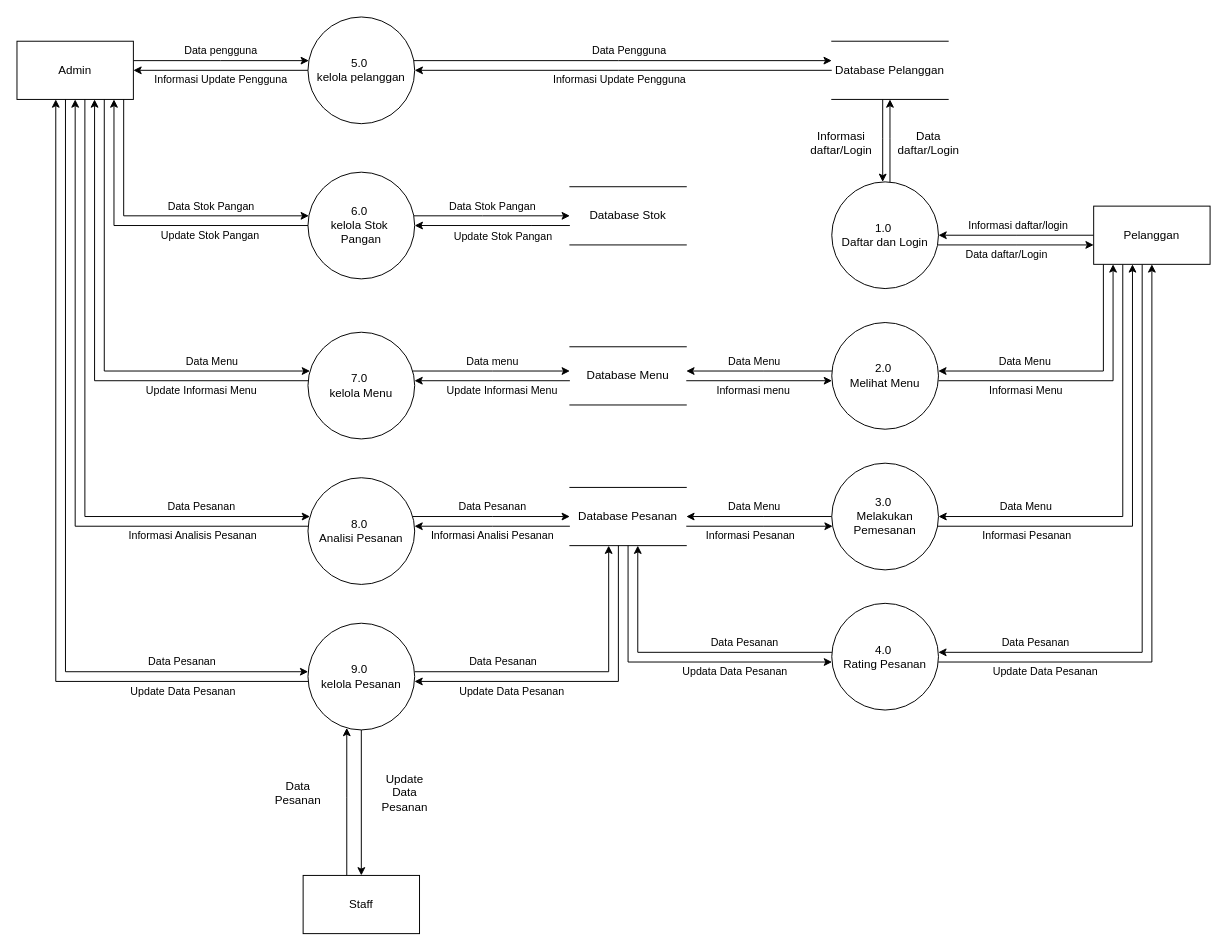
The draw.io diagram page "Halaman-2" (2 of 2) of UAS RKDS.drawio in ubptr/porject-01, before the edit. Source tidied: cells renumbered, new cells numbered last; positions are measured from the earlier drawing's top-left corner, leaving out a move shared by most shapes. Both pictures are drawn from the tidied source at 97%, with x=0, y=0 at pixel (16, 16).
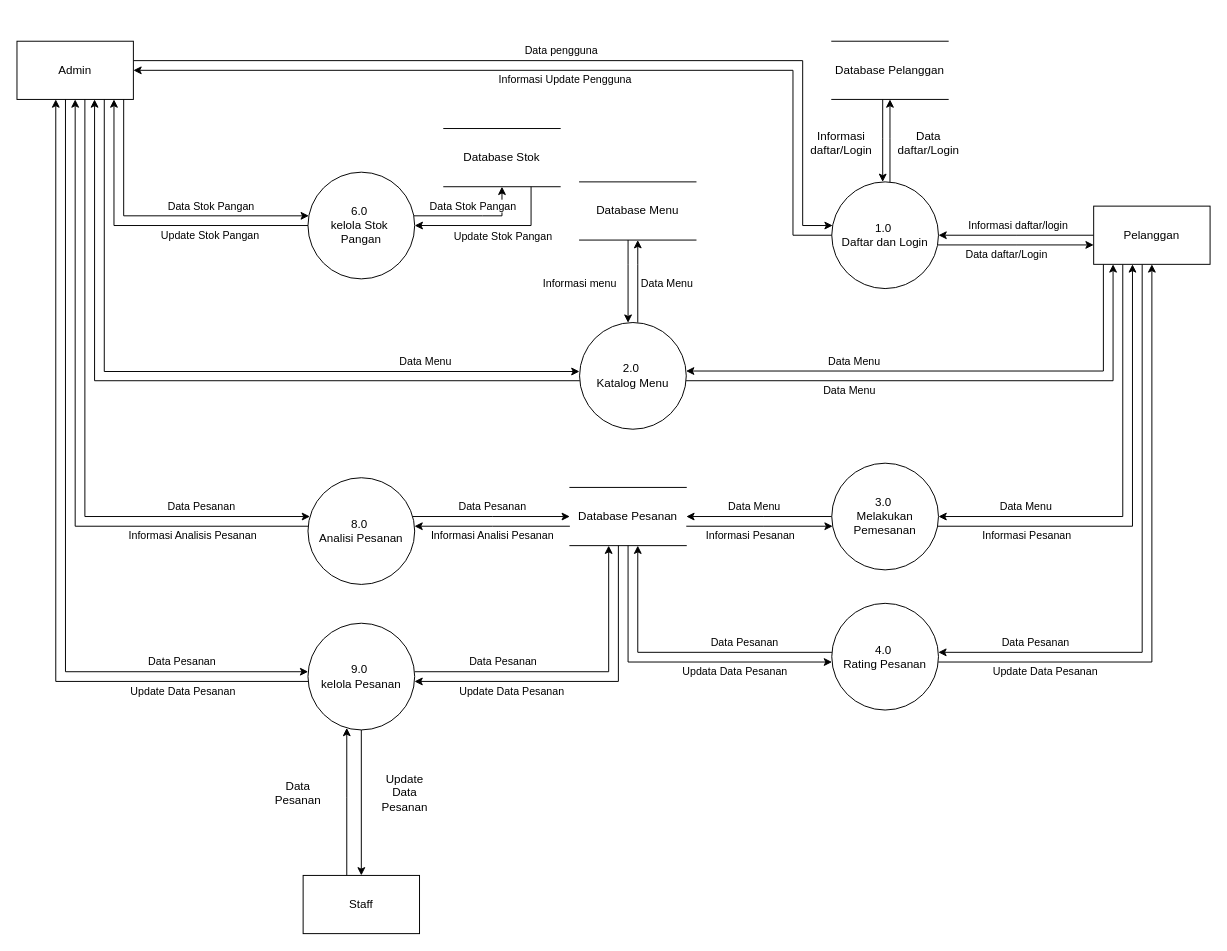
After the change.

Unchanged cells that the change refers to:
```xml
<mxCell id="6" value="Pelanggan" style="rounded=0;whiteSpace=wrap;html=1;" parent="1" vertex="1">
  <mxGeometry x="1110" y="195" width="120" height="60" as="geometry" />
</mxCell>
<mxCell id="8" value="Admin" style="rounded=0;whiteSpace=wrap;html=1;" parent="1" vertex="1">
  <mxGeometry y="25" width="120" height="60" as="geometry" />
</mxCell>
<mxCell id="13" value="1.0&amp;nbsp;&lt;div&gt;Daftar dan Login&lt;/div&gt;" style="ellipse;whiteSpace=wrap;html=1;" parent="1" vertex="1">
  <mxGeometry x="840" y="170" width="110" height="110" as="geometry" />
</mxCell>
<mxCell id="16" value="Database Pelanggan" style="shape=partialRectangle;whiteSpace=wrap;html=1;left=0;right=0;fillColor=none;" parent="1" vertex="1">
  <mxGeometry x="840" y="25" width="120" height="60" as="geometry" />
</mxCell>
```

What changed in the source:
```diff
@@
-    <mxCell id="7" value="Data pengguna" style="edgeStyle=orthogonalEdgeStyle;rounded=0;jettySize=auto;html=1;" parent="1" edge="1" source="8" target="37">
+    <mxCell id="7" value="Data pengguna" style="edgeStyle=orthogonalEdgeStyle;rounded=0;jettySize=auto;html=1;" parent="1" edge="1" source="8" target="13">
       <mxGeometry x="-0.01" y="10" relative="1" as="geometry">
         <Array as="points">
-          <mxPoint x="210" y="45" />
-          <mxPoint x="210" y="45" />
+          <mxPoint x="810" y="45" />
+          <mxPoint x="810" y="215" />
         </Array>
       </mxGeometry>
     </mxCell>
@@
-    <mxCell id="15" value="Informasi Update Pengguna" style="edgeStyle=orthogonalEdgeStyle;rounded=0;jettySize=auto;html=1;" parent="1" edge="1" source="16" target="37">
-      <mxGeometry x="0.02" y="10" relative="1" as="geometry">
-        <Array as="points">
-          <mxPoint x="620" y="55" />
-          <mxPoint x="620" y="55" />
-        </Array>
-      </mxGeometry>
-    </mxCell>
@@
     <mxCell id="17" value="Informasi menu" style="edgeStyle=orthogonalEdgeStyle;rounded=0;jettySize=auto;html=1;" parent="1" edge="1" source="19" target="26">
-      <mxGeometry x="-0.08" y="-10" relative="1" as="geometry">
+      <mxGeometry x="0.06" y="-50" relative="1" as="geometry">
         <Array as="points">
-          <mxPoint x="770" y="375" />
-          <mxPoint x="770" y="375" />
+          <mxPoint x="630" y="255" />
+          <mxPoint x="630" y="255" />
         </Array>
       </mxGeometry>
     </mxCell>
-    <mxCell id="18" value="Update Informasi Menu" style="edgeStyle=orthogonalEdgeStyle;rounded=0;jettySize=auto;html=1;" parent="1" edge="1" source="19" target="34">
-      <mxGeometry x="-0.13" y="10" relative="1" as="geometry">
-        <Array as="points">
-          <mxPoint x="490" y="375" />
-          <mxPoint x="490" y="375" />
-        </Array>
-      </mxGeometry>
-    </mxCell>
     <mxCell id="19" value="Database Menu" style="shape=partialRectangle;whiteSpace=wrap;html=1;left=0;right=0;fillColor=none;" parent="1" vertex="1">
-      <mxGeometry x="570" y="340" width="120" height="60" as="geometry" />
+      <mxGeometry x="580" y="170" width="120" height="60" as="geometry" />
     </mxCell>
     <mxCell id="20" value="Database Stok" style="shape=partialRectangle;whiteSpace=wrap;html=1;left=0;right=0;fillColor=none;" parent="1" vertex="1">
-      <mxGeometry x="570" y="175" width="120" height="60" as="geometry" />
+      <mxGeometry x="440" y="115" width="120" height="60" as="geometry" />
     </mxCell>
@@
-    <mxCell id="24" value="Informasi Menu" style="edgeStyle=orthogonalEdgeStyle;rounded=0;jettySize=auto;html=1;" parent="1" edge="1" source="26" target="6">
+    <mxCell id="24" value="Data Menu" style="edgeStyle=orthogonalEdgeStyle;rounded=0;jettySize=auto;html=1;" parent="1" edge="1" source="26" target="6">
       <mxGeometry x="-0.4" y="-10" relative="1" as="geometry">
         <Array as="points">
           <mxPoint x="1130" y="375" />
         </Array>
       </mxGeometry>
     </mxCell>
     <mxCell id="25" value="Data Menu" style="edgeStyle=orthogonalEdgeStyle;rounded=0;jettySize=auto;html=1;" parent="1" edge="1" source="26" target="19">
-      <mxGeometry x="0.07" y="-10" relative="1" as="geometry">
+      <mxGeometry x="-0.06" y="-30" relative="1" as="geometry">
         <Array as="points">
-          <mxPoint x="770" y="365" />
-          <mxPoint x="770" y="365" />
+          <mxPoint x="640" y="255" />
+          <mxPoint x="640" y="255" />
         </Array>
       </mxGeometry>
     </mxCell>
-    <mxCell id="26" value="2.0&amp;nbsp;&lt;div&gt;Melihat Menu&lt;/div&gt;" style="ellipse;whiteSpace=wrap;html=1;" parent="1" vertex="1">
-      <mxGeometry x="840" y="315" width="110" height="110" as="geometry" />
+    <mxCell id="26" value="2.0&amp;nbsp;&lt;div&gt;Katalog Menu&lt;/div&gt;" style="ellipse;whiteSpace=wrap;html=1;" parent="1" vertex="1">
+      <mxGeometry x="580" y="315" width="110" height="110" as="geometry" />
     </mxCell>
@@
-    <mxCell id="34" value="7.0&amp;nbsp;&lt;div&gt;kelola Menu&lt;/div&gt;" style="ellipse;whiteSpace=wrap;html=1;" parent="1" vertex="1">
-      <mxGeometry x="300" y="325" width="110" height="110" as="geometry" />
-    </mxCell>
-    <mxCell id="35" value="Data Pengguna" style="edgeStyle=orthogonalEdgeStyle;rounded=0;jettySize=auto;html=1;" parent="1" edge="1" source="37" target="16">
-      <mxGeometry x="0.03" y="10" relative="1" as="geometry">
-        <Array as="points">
-          <mxPoint x="620" y="45" />
-          <mxPoint x="620" y="45" />
-        </Array>
-      </mxGeometry>
-    </mxCell>
-    <mxCell id="36" value="Informasi Update Pengguna" style="edgeStyle=orthogonalEdgeStyle;rounded=0;jettySize=auto;html=1;" parent="1" edge="1" source="37" target="8">
-      <mxGeometry y="10" relative="1" as="geometry" />
+    <mxCell id="36" value="Informasi Update Pengguna" style="edgeStyle=orthogonalEdgeStyle;rounded=0;jettySize=auto;html=1;" parent="1" edge="1" source="13" target="8">
+      <mxGeometry y="10" relative="1" as="geometry">
+        <Array as="points">
+          <mxPoint x="800" y="225" />
+          <mxPoint x="800" y="55" />
+        </Array>
+      </mxGeometry>
     </mxCell>
-    <mxCell id="37" value="5.0&amp;nbsp;&lt;div&gt;kelola pelanggan&lt;/div&gt;" style="ellipse;whiteSpace=wrap;html=1;" parent="1" vertex="1">
-      <mxGeometry x="300" width="110" height="110" as="geometry" />
-    </mxCell>
-    <mxCell id="38" value="Data Menu" style="edgeStyle=orthogonalEdgeStyle;rounded=0;jettySize=auto;html=1;" parent="1" edge="1" source="8" target="34">
+    <mxCell id="38" value="Data Menu" style="edgeStyle=orthogonalEdgeStyle;rounded=0;jettySize=auto;html=1;entryX=-0.001;entryY=0.459;entryDx=0;entryDy=0;entryPerimeter=0;" parent="1" edge="1" source="8" target="26">
       <mxGeometry x="0.59" y="10" relative="1" as="geometry">
         <Array as="points">
-          <mxPoint x="90" y="365" />
+          <mxPoint x="90" y="366" />
         </Array>
       </mxGeometry>
     </mxCell>
-    <mxCell id="39" value="Update Informasi Menu" style="edgeStyle=orthogonalEdgeStyle;rounded=0;jettySize=auto;html=1;" parent="1" edge="1" source="34" target="8">
+    <mxCell id="39" style="edgeStyle=orthogonalEdgeStyle;rounded=0;jettySize=auto;html=1;" parent="1" edge="1" source="26" target="8">
       <mxGeometry x="-0.57" y="10" relative="1" as="geometry">
         <Array as="points">
           <mxPoint x="80" y="375" />
         </Array>
       </mxGeometry>
     </mxCell>
-    <mxCell id="40" value="Data menu" style="edgeStyle=orthogonalEdgeStyle;rounded=0;jettySize=auto;html=1;" parent="1" edge="1" source="34" target="19">
-      <mxGeometry x="0.01" y="10" relative="1" as="geometry">
-        <Array as="points">
-          <mxPoint x="490" y="365" />
-          <mxPoint x="490" y="365" />
-        </Array>
-      </mxGeometry>
-    </mxCell>
```
